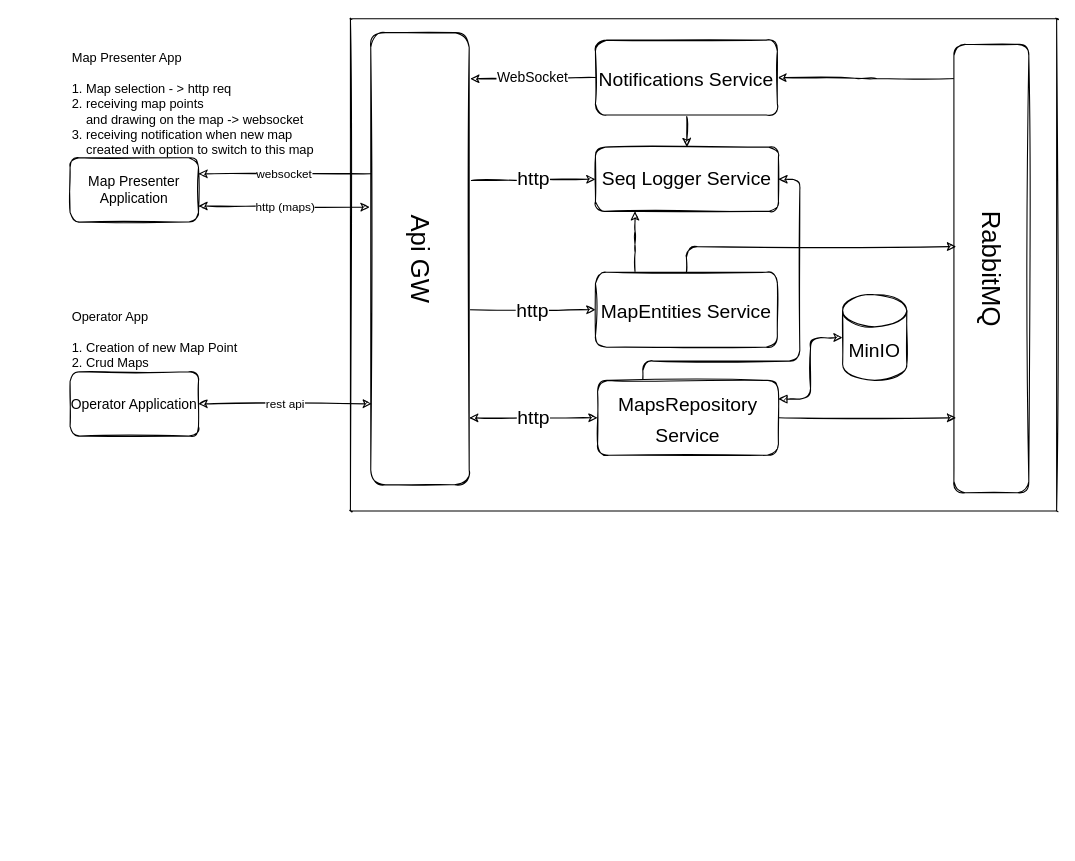
Earlier version of the draw.io diagram MicroservicesDemo.drawio (David-Mordechai/MicroservicesDemo). Source tidied: cells renumbered, new cells numbered last; positions are measured from the earlier drawing's top-left corner, leaving out a move shared by most shapes. Both pictures are drawn from the tidied source at 107%, with x=0, y=0 at pixel (70, 18).
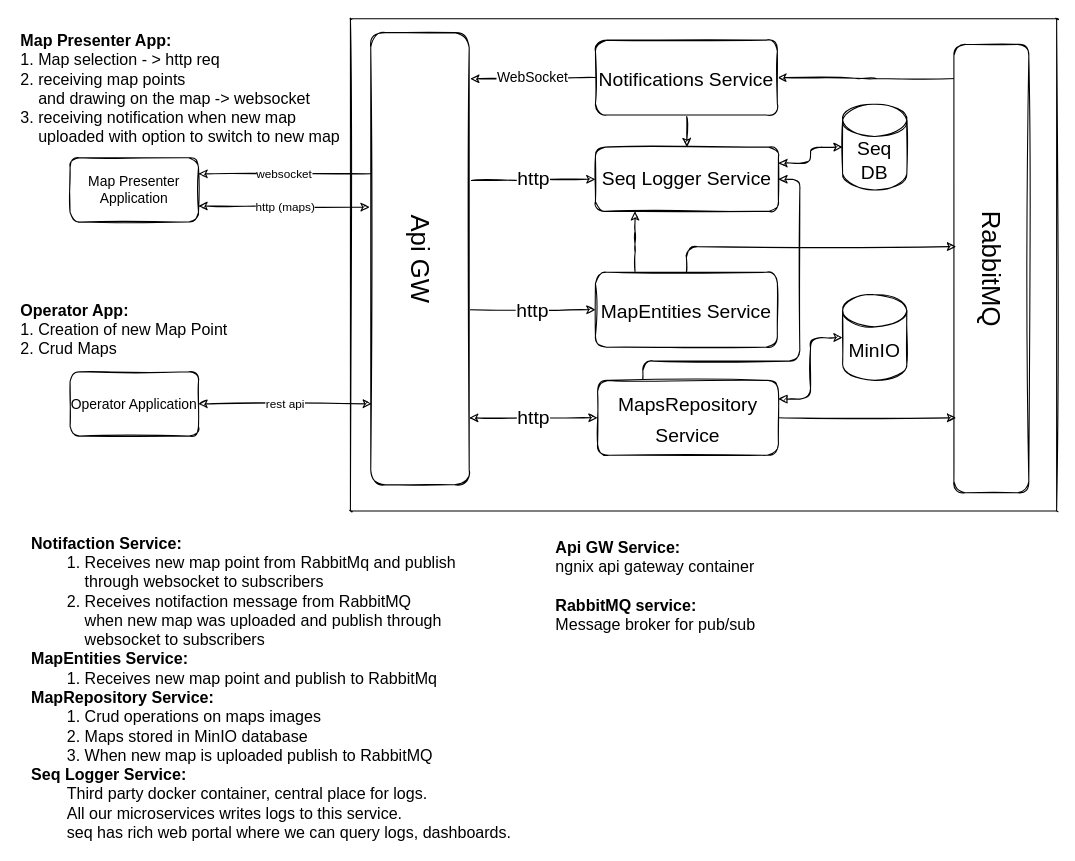
Above is the later version.

The change refers to these unchanged cells:
```xml
<mxCell id="2" style="swimlane;startSize=0;sketch=1;rounded=1;" parent="1" vertex="1">
  <mxGeometry x="262" width="660" height="460" as="geometry" />
</mxCell>
<mxCell id="20" value="Seq Logger Service" style="rounded=1;whiteSpace=wrap;html=1;fontSize=18;sketch=1;" parent="2" vertex="1">
  <mxGeometry x="229" y="120" width="171" height="60" as="geometry" />
</mxCell>
```

Diff of the diagram source:
```diff
@@
+    <mxCell id="28" style="edgeStyle=orthogonalEdgeStyle;rounded=1;sketch=1;jettySize=auto;html=1;exitX=1;exitY=0.25;exitDx=0;exitDy=0;entryX=0;entryY=0.5;entryDx=0;entryDy=0;entryPerimeter=0;fontSize=15;startArrow=classic;startFill=1;" parent="2" edge="1" source="20" target="29">
+      <mxGeometry relative="1" as="geometry" />
+    </mxCell>
@@
+    <mxCell id="29" value="Seq DB" style="shape=cylinder3;whiteSpace=wrap;html=1;boundedLbl=1;backgroundOutline=1;size=15;fontSize=18;sketch=1;rounded=1;" parent="2" vertex="1">
+      <mxGeometry x="460" y="80" width="60" height="80" as="geometry" />
+    </mxCell>
@@
-    <mxCell id="25" value="Map Presenter App&lt;br style=&quot;font-size: 12px;&quot;&gt;&lt;br style=&quot;font-size: 12px;&quot;&gt;1. Map selection - &amp;gt; http req&lt;br style=&quot;font-size: 12px;&quot;&gt;2. receiving map points &lt;br style=&quot;font-size: 12px;&quot;&gt;&amp;nbsp; &amp;nbsp; and drawing on the map -&amp;gt; websocket&lt;br style=&quot;font-size: 12px;&quot;&gt;3. receiving notification when new map &lt;br style=&quot;font-size: 12px;&quot;&gt;&amp;nbsp; &amp;nbsp; created with option to switch to this map" style="text;html=1;align=left;verticalAlign=middle;strokeColor=none;fillColor=none;sketch=1;rounded=1;fontSize=12;" parent="1" vertex="1">
-      <mxGeometry y="30" width="240" height="100" as="geometry" />
+    <mxCell id="25" value="&lt;b&gt;Map Presenter App:&lt;/b&gt;&lt;br style=&quot;font-size: 15px&quot;&gt;1. Map selection - &amp;gt; http req&lt;br style=&quot;font-size: 15px&quot;&gt;2. receiving map points &lt;br style=&quot;font-size: 15px&quot;&gt;&amp;nbsp; &amp;nbsp; and drawing on the map -&amp;gt; websocket&lt;br style=&quot;font-size: 15px&quot;&gt;3. receiving notification when new map &lt;br style=&quot;font-size: 15px&quot;&gt;&amp;nbsp; &amp;nbsp; uploaded with option to switch to new map" style="text;html=1;align=left;verticalAlign=middle;strokeColor=none;fillColor=none;sketch=1;rounded=1;fontSize=15;" parent="1" vertex="1">
+      <mxGeometry x="-48" y="10" width="310" height="110" as="geometry" />
     </mxCell>
@@
-    <mxCell id="27" value="Operator App&lt;br&gt;&lt;br&gt;1. Creation of new Map Point&lt;br&gt;2. Crud Maps&amp;nbsp;" style="text;html=1;align=left;verticalAlign=middle;strokeColor=none;fillColor=none;sketch=1;rounded=1;" parent="1" vertex="1">
-      <mxGeometry y="270" width="170" height="60" as="geometry" />
+    <mxCell id="27" value="&lt;b&gt;Operator App:&lt;/b&gt;&lt;br style=&quot;font-size: 15px&quot;&gt;1. Creation of new Map Point&lt;br style=&quot;font-size: 15px&quot;&gt;2. Crud Maps&amp;nbsp;" style="text;html=1;align=left;verticalAlign=middle;strokeColor=none;fillColor=none;sketch=1;rounded=1;fontSize=15;" parent="1" vertex="1">
+      <mxGeometry x="-48" y="260" width="210" height="60" as="geometry" />
     </mxCell>
+    <mxCell id="30" value="&lt;div style=&quot;font-size: 15px&quot;&gt;&lt;b&gt;Notifaction Service:&lt;/b&gt;&lt;/div&gt;&lt;div style=&quot;font-size: 15px&quot;&gt;&lt;span style=&quot;white-space: pre ; font-size: 15px&quot;&gt;&#9;&lt;/span&gt;1. Receives new map point from RabbitMq and publish&amp;nbsp;&lt;/div&gt;&lt;div style=&quot;font-size: 15px&quot;&gt;&lt;span style=&quot;white-space: pre ; font-size: 15px&quot;&gt;&#9;&lt;/span&gt;&amp;nbsp; &amp;nbsp; through websocket to subscribers&lt;/div&gt;&lt;div style=&quot;font-size: 15px&quot;&gt;&lt;span style=&quot;white-space: pre ; font-size: 15px&quot;&gt;&#9;&lt;/span&gt;2. Receives notifaction message from RabbitMQ&amp;nbsp;&lt;/div&gt;&lt;div style=&quot;font-size: 15px&quot;&gt;&lt;span style=&quot;white-space: pre ; font-size: 15px&quot;&gt;&#9;&lt;/span&gt;&amp;nbsp; &amp;nbsp; when new map was uploaded and publish through&amp;nbsp;&lt;/div&gt;&lt;div style=&quot;font-size: 15px&quot;&gt;&lt;span style=&quot;white-space: pre ; font-size: 15px&quot;&gt;&#9;&lt;/span&gt;&amp;nbsp; &amp;nbsp; websocket to subscribers&lt;/div&gt;&lt;div style=&quot;font-size: 15px&quot;&gt;&lt;b&gt;MapEntities Service:&lt;/b&gt;&lt;/div&gt;&lt;div style=&quot;font-size: 15px&quot;&gt;&lt;span style=&quot;white-space: pre ; font-size: 15px&quot;&gt;&#9;&lt;/span&gt;1. Receives new map point and publish to RabbitMq&lt;/div&gt;&lt;div style=&quot;font-size: 15px&quot;&gt;&lt;span&gt;&lt;b&gt;MapRepository Service:&lt;/b&gt;&lt;/span&gt;&lt;br&gt;&lt;/div&gt;&lt;div style=&quot;font-size: 15px&quot;&gt;&lt;span style=&quot;white-space: pre ; font-size: 15px&quot;&gt;&#9;&lt;/span&gt;1. Crud operations on maps images&lt;/div&gt;&lt;div style=&quot;font-size: 15px&quot;&gt;&lt;span style=&quot;white-space: pre ; font-size: 15px&quot;&gt;&#9;&lt;/span&gt;2. Maps stored in MinIO database&lt;/div&gt;&lt;div style=&quot;font-size: 15px&quot;&gt;&lt;span style=&quot;white-space: pre ; font-size: 15px&quot;&gt;&#9;&lt;/span&gt;3. When new map is uploaded publish to RabbitMQ&lt;/div&gt;&lt;div style=&quot;font-size: 15px&quot;&gt;&lt;span&gt;&lt;b&gt;Seq Logger Service:&lt;/b&gt;&lt;/span&gt;&lt;br&gt;&lt;/div&gt;&lt;div style=&quot;font-size: 15px&quot;&gt;&lt;span style=&quot;white-space: pre ; font-size: 15px&quot;&gt;&#9;&lt;/span&gt;Third party docker container, central place for logs.&lt;/div&gt;&lt;div style=&quot;font-size: 15px&quot;&gt;&lt;span style=&quot;white-space: pre ; font-size: 15px&quot;&gt;&#9;&lt;/span&gt;All our microservices writes logs to this service.&lt;/div&gt;&lt;div style=&quot;font-size: 15px&quot;&gt;&lt;span style=&quot;white-space: pre ; font-size: 15px&quot;&gt;&#9;&lt;/span&gt;seq has rich web portal where we can query logs, dashboards.&amp;nbsp;&lt;/div&gt;" style="text;html=1;align=left;verticalAlign=middle;strokeColor=none;fillColor=none;fontSize=15;" parent="1" vertex="1">
+      <mxGeometry x="-38" y="480" width="470" height="290" as="geometry" />
+    </mxCell>
+    <mxCell id="31" value="&lt;div style=&quot;font-size: 15px&quot;&gt;&lt;b&gt;Api GW Service:&lt;/b&gt;&lt;/div&gt;&lt;div style=&quot;font-size: 15px&quot;&gt;ngnix api gateway container&lt;/div&gt;&lt;div style=&quot;font-size: 15px&quot;&gt;&lt;br&gt;&lt;/div&gt;&lt;div style=&quot;font-size: 15px&quot;&gt;&lt;b&gt;RabbitMQ service:&lt;/b&gt;&lt;/div&gt;&lt;div style=&quot;font-size: 15px&quot;&gt;Message broker for pub/sub&lt;/div&gt;" style="text;html=1;align=left;verticalAlign=middle;strokeColor=none;fillColor=none;fontSize=15;" parent="1" vertex="1">
+      <mxGeometry x="452" y="480" width="200" height="100" as="geometry" />
+    </mxCell>
```
